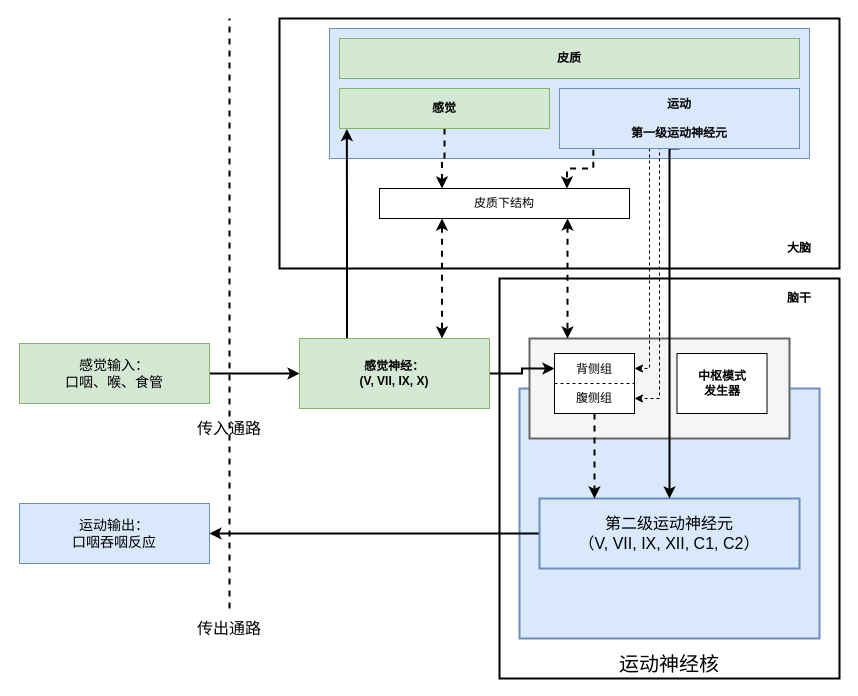
This is Untitled Diagram.drawio from chuanflow/myetc, a draw.io file, before an edit. Source tidied: cells renumbered, new cells numbered last; positions are measured from the earlier drawing's top-left corner, leaving out a move shared by most shapes. Both pictures are drawn from the tidied source at 100%, with x=0, y=0 at pixel (19, 18).
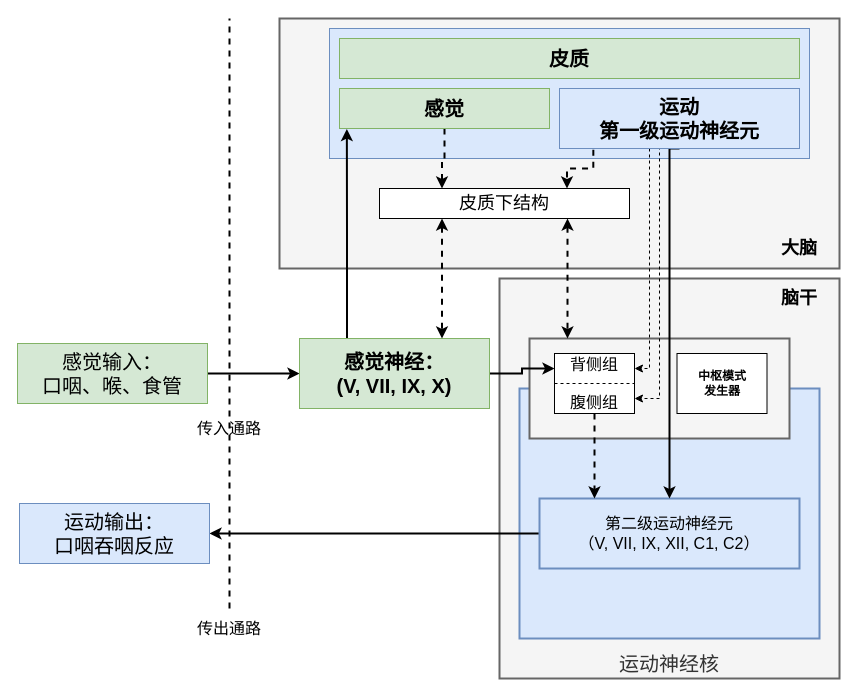
After the change.

Change to the diagram source:
```diff
@@
-    <mxCell id="2" value="&lt;font style=&quot;font-size: 20px;&quot;&gt;运动神经核&lt;/font&gt;" style="rounded=0;whiteSpace=wrap;html=1;strokeWidth=2;verticalAlign=bottom;" parent="1" vertex="1">
+    <mxCell id="2" value="&lt;font style=&quot;font-size: 20px;&quot;&gt;运动神经核&lt;/font&gt;" style="rounded=0;whiteSpace=wrap;html=1;strokeWidth=2;verticalAlign=bottom;fillColor=#f5f5f5;fontColor=#333333;strokeColor=#666666;" parent="1" vertex="1">
       <mxGeometry x="480" y="260" width="340" height="400" as="geometry" />
     </mxCell>
@@
-    <mxCell id="7" style="rounded=0;whiteSpace=wrap;html=1;strokeWidth=2;" parent="1" vertex="1">
+    <mxCell id="7" style="rounded=0;whiteSpace=wrap;html=1;strokeWidth=2;fillColor=#f5f5f5;strokeColor=#666666;fontColor=#333333;" parent="1" vertex="1">
       <mxGeometry x="260" width="560" height="250" as="geometry" />
     </mxCell>
@@
-    <mxCell id="10" value="&lt;font style=&quot;font-size: 14px;&quot;&gt;感觉输入：&lt;br&gt;口咽、喉、食管&lt;/font&gt;" style="rounded=0;whiteSpace=wrap;html=1;align=center;fillColor=#d5e8d4;strokeColor=#82b366;" parent="1" vertex="1">
-      <mxGeometry y="325" width="190" height="60" as="geometry" />
+    <mxCell id="10" value="&lt;font style=&quot;font-size: 20px;&quot;&gt;感觉输入：&lt;br style=&quot;font-size: 20px;&quot;&gt;口咽、喉、食管&lt;/font&gt;" style="rounded=0;whiteSpace=wrap;html=1;align=center;fillColor=#d5e8d4;strokeColor=#82b366;fontSize=20;" parent="1" vertex="1">
+      <mxGeometry x="-2" y="325" width="190" height="60" as="geometry" />
     </mxCell>
-    <mxCell id="11" value="&lt;font style=&quot;font-size: 14px;&quot;&gt;运动输出：&lt;br&gt;口咽吞咽反应&lt;/font&gt;" style="rounded=0;whiteSpace=wrap;html=1;align=center;fillColor=#dae8fc;strokeColor=#6c8ebf;" parent="1" vertex="1">
+    <mxCell id="11" value="&lt;font style=&quot;font-size: 20px;&quot;&gt;运动输出：&lt;br style=&quot;font-size: 20px;&quot;&gt;口咽吞咽反应&lt;/font&gt;" style="rounded=0;whiteSpace=wrap;html=1;align=center;fillColor=#dae8fc;strokeColor=#6c8ebf;fontSize=20;" parent="1" vertex="1">
       <mxGeometry y="485" width="190" height="60" as="geometry" />
     </mxCell>
@@
-    <mxCell id="14" value="&lt;b&gt;感觉神经：&lt;br&gt;(V, VII, IX, X)&lt;/b&gt;" style="rounded=0;whiteSpace=wrap;html=1;align=center;fillColor=#d5e8d4;strokeColor=#82b366;" parent="1" vertex="1">
+    <mxCell id="14" value="&lt;b style=&quot;font-size: 20px;&quot;&gt;感觉神经：&lt;br style=&quot;font-size: 20px;&quot;&gt;(V, VII, IX, X)&lt;/b&gt;" style="rounded=0;whiteSpace=wrap;html=1;align=center;fillColor=#d5e8d4;strokeColor=#82b366;fontSize=20;" parent="1" vertex="1">
       <mxGeometry x="280" y="320" width="190" height="70" as="geometry" />
     </mxCell>
@@
-    <mxCell id="16" value="背侧组&lt;br&gt;&lt;br&gt;&lt;div style=&quot;&quot;&gt;&lt;span style=&quot;background-color: initial;&quot;&gt;腹侧组&lt;/span&gt;&lt;/div&gt;" style="rounded=0;whiteSpace=wrap;html=1;align=center;" parent="1" vertex="1">
+    <mxCell id="16" value="背侧组&lt;br style=&quot;font-size: 16px;&quot;&gt;&lt;br style=&quot;font-size: 16px;&quot;&gt;&lt;div style=&quot;font-size: 16px;&quot;&gt;&lt;span style=&quot;background-color: initial; font-size: 16px;&quot;&gt;腹侧组&lt;/span&gt;&lt;/div&gt;" style="rounded=0;whiteSpace=wrap;html=1;align=center;fontSize=16;" parent="1" vertex="1">
       <mxGeometry x="535" y="335" width="80" height="60" as="geometry" />
     </mxCell>
@@
-    <mxCell id="19" value="皮质" style="rounded=0;whiteSpace=wrap;html=1;align=center;fontStyle=1;fillColor=#d5e8d4;strokeColor=#82b366;" parent="1" vertex="1">
+    <mxCell id="19" value="&lt;font style=&quot;font-size: 20px;&quot;&gt;皮质&lt;/font&gt;" style="rounded=0;whiteSpace=wrap;html=1;align=center;fontStyle=1;fillColor=#d5e8d4;strokeColor=#82b366;" parent="1" vertex="1">
       <mxGeometry x="320" y="20" width="460" height="40" as="geometry" />
     </mxCell>
@@
-    <mxCell id="21" value="感觉" style="rounded=0;whiteSpace=wrap;html=1;align=center;fontStyle=1;fillColor=#d5e8d4;strokeColor=#82b366;" parent="1" vertex="1">
+    <mxCell id="21" value="感觉" style="rounded=0;whiteSpace=wrap;html=1;align=center;fontStyle=1;fillColor=#d5e8d4;strokeColor=#82b366;fontSize=20;" parent="1" vertex="1">
       <mxGeometry x="320" y="70" width="210" height="40" as="geometry" />
     </mxCell>
@@
-    <mxCell id="26" value="运动&lt;br&gt;&lt;br&gt;第一级运动神经元" style="rounded=0;whiteSpace=wrap;html=1;align=center;fontStyle=1;fillColor=#dae8fc;strokeColor=#6c8ebf;" parent="1" vertex="1">
+    <mxCell id="26" value="运动&lt;br style=&quot;font-size: 20px;&quot;&gt;第一级运动神经元" style="rounded=0;whiteSpace=wrap;html=1;align=center;fontStyle=1;fillColor=#dae8fc;strokeColor=#6c8ebf;fontSize=20;" parent="1" vertex="1">
       <mxGeometry x="540" y="70" width="240" height="60" as="geometry" />
     </mxCell>
@@
-    <mxCell id="29" value="皮质下结构" style="rounded=0;whiteSpace=wrap;html=1;align=center;" parent="1" vertex="1">
+    <mxCell id="29" value="&lt;font style=&quot;font-size: 18px;&quot;&gt;皮质下结构&lt;/font&gt;" style="rounded=0;whiteSpace=wrap;html=1;align=center;" parent="1" vertex="1">
       <mxGeometry x="360" y="170" width="250" height="30" as="geometry" />
     </mxCell>
-    <mxCell id="30" value="大脑" style="rounded=0;whiteSpace=wrap;html=1;gradientColor=none;fillColor=#FFFFFF;strokeWidth=1;dashed=1;opacity=0;fontStyle=1;" parent="1" vertex="1">
+    <mxCell id="30" value="大脑" style="rounded=0;whiteSpace=wrap;html=1;gradientColor=none;fillColor=#FFFFFF;strokeWidth=1;dashed=1;opacity=0;fontStyle=1;fontSize=18;" parent="1" vertex="1">
       <mxGeometry x="740" y="210" width="80" height="40" as="geometry" />
     </mxCell>
-    <mxCell id="31" value="脑干" style="rounded=0;whiteSpace=wrap;html=1;gradientColor=none;fillColor=#FFFFFF;strokeWidth=1;dashed=1;opacity=0;fontStyle=1;" parent="1" vertex="1">
+    <mxCell id="31" value="脑干" style="rounded=0;whiteSpace=wrap;html=1;gradientColor=none;fillColor=#FFFFFF;strokeWidth=1;dashed=1;opacity=0;fontStyle=1;fontSize=18;" parent="1" vertex="1">
       <mxGeometry x="740" y="260" width="80" height="40" as="geometry" />
     </mxCell>
```
